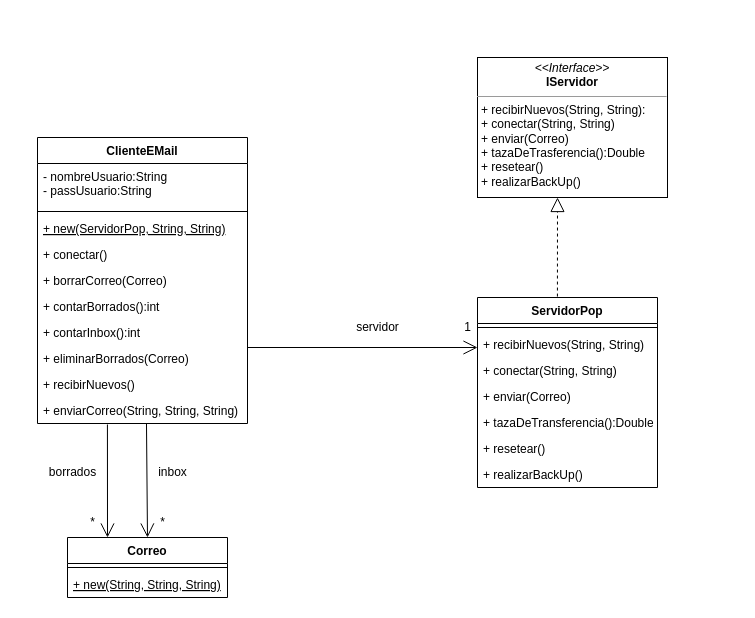
Earlier version of the draw.io diagram Unq-po2-tp6-clienteEMail.drawio (nhubczyk/Diagramas-UML). Source tidied: cells renumbered, new cells numbered last; positions are measured from the earlier drawing's top-left corner, leaving out a move shared by most shapes. Both pictures are drawn from the tidied source at 100%, with x=0, y=0 at pixel (37, 57).
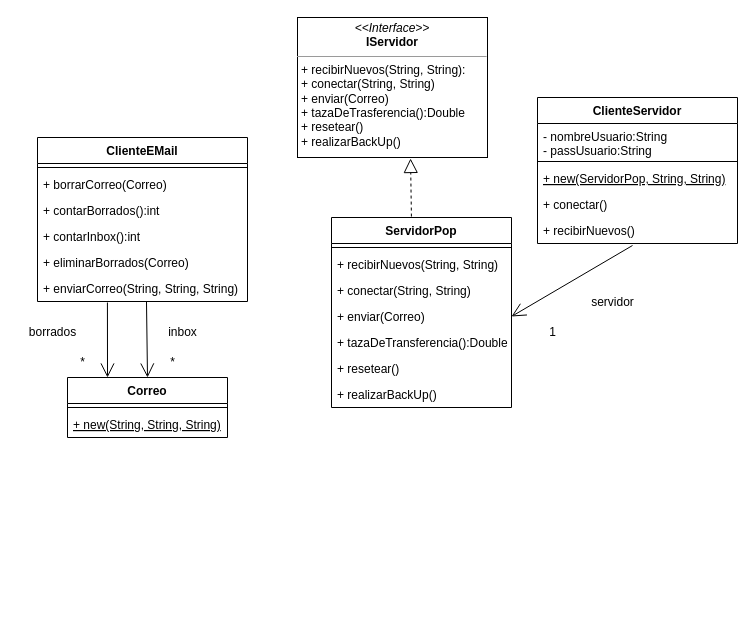
The same diagram, later.

Unchanged cells that the change refers to:
```xml
<mxCell id="18" value="+ enviar(Correo)&#10;" style="text;strokeColor=none;fillColor=none;align=left;verticalAlign=top;spacingLeft=4;spacingRight=4;overflow=hidden;points=[[0,0.5],[1,0.5]];portConstraint=eastwest;" parent="14" vertex="1">
  <mxGeometry y="86" width="180" height="26" as="geometry" />
</mxCell>
```

Diff of the diagram source:
```diff
@@
     <mxCell id="2" value="ClienteEMail" style="swimlane;fontStyle=1;align=center;verticalAlign=top;horizontal=1;startSize=26;" parent="1" vertex="1">
-      <mxGeometry y="80" width="210" height="286" as="geometry" />
+      <mxGeometry y="80" width="210" height="164" as="geometry" />
     </mxCell>
-    <mxCell id="3" value="- nombreUsuario:String&#10;- passUsuario:String&#10;" style="text;strokeColor=none;fillColor=none;align=left;verticalAlign=top;spacingLeft=4;spacingRight=4;overflow=hidden;" parent="2" vertex="1">
-      <mxGeometry y="26" width="210" height="44" as="geometry" />
-    </mxCell>
     <mxCell id="4" style="line;strokeWidth=1;fillColor=none;align=left;verticalAlign=middle;spacingTop=-1;spacingLeft=3;spacingRight=3;labelPosition=right;strokeColor=inherit;" parent="2" vertex="1">
-      <mxGeometry y="70" width="210" height="8" as="geometry" />
+      <mxGeometry y="26" width="210" height="8" as="geometry" />
     </mxCell>
-    <mxCell id="5" value="+ new(ServidorPop, String, String)" style="text;strokeColor=none;fillColor=none;align=left;verticalAlign=top;spacingLeft=4;spacingRight=4;overflow=hidden;fontStyle=4;" parent="2" vertex="1">
-      <mxGeometry y="78" width="210" height="26" as="geometry" />
-    </mxCell>
-    <mxCell id="6" value="+ conectar()" style="text;strokeColor=none;fillColor=none;align=left;verticalAlign=top;spacingLeft=4;spacingRight=4;overflow=hidden;fontStyle=0;" parent="2" vertex="1">
-      <mxGeometry y="104" width="210" height="26" as="geometry" />
-    </mxCell>
     <mxCell id="7" value="+ borrarCorreo(Correo)" style="text;strokeColor=none;fillColor=none;align=left;verticalAlign=top;spacingLeft=4;spacingRight=4;overflow=hidden;fontStyle=0;" parent="2" vertex="1">
-      <mxGeometry y="130" width="210" height="26" as="geometry" />
+      <mxGeometry y="34" width="210" height="26" as="geometry" />
     </mxCell>
     <mxCell id="8" value="+ contarBorrados():int" style="text;strokeColor=none;fillColor=none;align=left;verticalAlign=top;spacingLeft=4;spacingRight=4;overflow=hidden;fontStyle=0;" parent="2" vertex="1">
-      <mxGeometry y="156" width="210" height="26" as="geometry" />
+      <mxGeometry y="60" width="210" height="26" as="geometry" />
     </mxCell>
     <mxCell id="9" value="+ contarInbox():int" style="text;strokeColor=none;fillColor=none;align=left;verticalAlign=top;spacingLeft=4;spacingRight=4;overflow=hidden;fontStyle=0;" parent="2" vertex="1">
-      <mxGeometry y="182" width="210" height="26" as="geometry" />
+      <mxGeometry y="86" width="210" height="26" as="geometry" />
     </mxCell>
     <mxCell id="10" value="+ eliminarBorrados(Correo)" style="text;strokeColor=none;fillColor=none;align=left;verticalAlign=top;spacingLeft=4;spacingRight=4;overflow=hidden;fontStyle=0;" parent="2" vertex="1">
-      <mxGeometry y="208" width="210" height="26" as="geometry" />
+      <mxGeometry y="112" width="210" height="26" as="geometry" />
     </mxCell>
-    <mxCell id="11" value="+ recibirNuevos()" style="text;strokeColor=none;fillColor=none;align=left;verticalAlign=top;spacingLeft=4;spacingRight=4;overflow=hidden;points=[[0,0.5],[1,0.5]];portConstraint=eastwest;fontStyle=0;" parent="2" vertex="1">
-      <mxGeometry y="234" width="210" height="26" as="geometry" />
-    </mxCell>
     <mxCell id="12" value="+ enviarCorreo(String, String, String)" style="text;strokeColor=none;fillColor=none;align=left;verticalAlign=top;spacingLeft=4;spacingRight=4;overflow=hidden;points=[[0,0.5],[1,0.5]];portConstraint=eastwest;fontStyle=0;" parent="2" vertex="1">
-      <mxGeometry y="260" width="210" height="26" as="geometry" />
+      <mxGeometry y="138" width="210" height="26" as="geometry" />
     </mxCell>
     <mxCell id="13" value="&lt;p style=&quot;margin:0px;margin-top:4px;text-align:center;&quot;&gt;&lt;i&gt;&amp;lt;&amp;lt;Interface&amp;gt;&amp;gt;&lt;/i&gt;&lt;br&gt;&lt;b&gt;IServidor&lt;/b&gt;&lt;/p&gt;&lt;hr size=&quot;1&quot;&gt;&lt;p style=&quot;margin:0px;margin-left:4px;&quot;&gt;&lt;/p&gt;&lt;p style=&quot;margin:0px;margin-left:4px;&quot;&gt;+ recibirNuevos(String, String):&lt;/p&gt;&lt;p style=&quot;margin:0px;margin-left:4px;&quot;&gt;+ conectar(String, String)&lt;/p&gt;&lt;p style=&quot;margin:0px;margin-left:4px;&quot;&gt;+ enviar(Correo)&lt;/p&gt;&lt;p style=&quot;margin:0px;margin-left:4px;&quot;&gt;+ tazaDeTrasferencia():Double&lt;/p&gt;&lt;p style=&quot;margin:0px;margin-left:4px;&quot;&gt;+ resetear()&lt;/p&gt;&lt;p style=&quot;margin:0px;margin-left:4px;&quot;&gt;+ realizarBackUp()&lt;/p&gt;" style="verticalAlign=top;align=left;overflow=fill;fontSize=12;fontFamily=Helvetica;html=1;" parent="1" vertex="1">
-      <mxGeometry x="440" width="190" height="140" as="geometry" />
+      <mxGeometry x="260" y="-40" width="190" height="140" as="geometry" />
     </mxCell>
     <mxCell id="14" value="ServidorPop" style="swimlane;fontStyle=1;align=center;verticalAlign=top;horizontal=1;startSize=26;" parent="1" vertex="1">
-      <mxGeometry x="440" y="240" width="180" height="190" as="geometry" />
+      <mxGeometry x="294" y="160" width="180" height="190" as="geometry" />
     </mxCell>
@@
-    <mxCell id="22" style="endArrow=block;dashed=1;endFill=0;endSize=12;html=1;rounded=0;exitX=0.444;exitY=-0.005;exitDx=0;exitDy=0;exitPerimeter=0;" parent="1" edge="1" source="14">
-      <mxGeometry relative="1" as="geometry">
-        <mxPoint x="520" y="140" as="targetPoint" />
-      </mxGeometry>
+    <mxCell id="22" style="endArrow=block;dashed=1;endFill=0;endSize=12;html=1;rounded=0;exitX=0.444;exitY=-0.005;exitDx=0;exitDy=0;exitPerimeter=0;entryX=0.595;entryY=1.007;entryDx=0;entryDy=0;entryPerimeter=0;" parent="1" edge="1" source="14" target="13">
+      <mxGeometry relative="1" as="geometry" />
     </mxCell>
     <mxCell id="23" value="Correo" style="swimlane;fontStyle=1;align=center;verticalAlign=top;horizontal=1;startSize=26;" parent="1" vertex="1">
-      <mxGeometry x="30" y="480" width="160" height="60" as="geometry" />
+      <mxGeometry x="30" y="320" width="160" height="60" as="geometry" />
     </mxCell>
@@
     <mxCell id="27" value="inbox" style="text;html=1;align=center;verticalAlign=middle;strokeColor=none;fillColor=none;" parent="1" vertex="1">
-      <mxGeometry x="110" y="400" width="50" height="30" as="geometry" />
+      <mxGeometry x="120" y="260" width="50" height="30" as="geometry" />
     </mxCell>
     <mxCell id="28" value="*" style="text;html=1;align=center;verticalAlign=middle;strokeColor=none;fillColor=none;" parent="1" vertex="1">
-      <mxGeometry x="110" y="450" width="30" height="30" as="geometry" />
+      <mxGeometry x="120" y="290" width="30" height="30" as="geometry" />
     </mxCell>
@@
     <mxCell id="30" value="borrados&lt;br&gt;" style="text;html=1;align=center;verticalAlign=middle;strokeColor=none;fillColor=none;" parent="1" vertex="1">
-      <mxGeometry y="400" width="70" height="30" as="geometry" />
+      <mxGeometry x="-20" y="260" width="70" height="30" as="geometry" />
     </mxCell>
     <mxCell id="31" value="*" style="text;html=1;align=center;verticalAlign=middle;strokeColor=none;fillColor=none;" parent="1" vertex="1">
-      <mxGeometry x="40" y="450" width="30" height="30" as="geometry" />
+      <mxGeometry x="30" y="290" width="30" height="30" as="geometry" />
     </mxCell>
-    <mxCell id="32" style="endArrow=open;endFill=1;endSize=12;html=1;rounded=0;" parent="1" edge="1">
-      <mxGeometry relative="1" as="geometry">
-        <mxPoint x="210" y="290" as="sourcePoint" />
-        <mxPoint x="440" y="290" as="targetPoint" />
-      </mxGeometry>
-    </mxCell>
+    <mxCell id="35" value="ClienteServidor&#10;" style="swimlane;fontStyle=1;align=center;verticalAlign=top;horizontal=1;startSize=26;" parent="1" vertex="1">
+      <mxGeometry x="500" y="40" width="200" height="146" as="geometry" />
+    </mxCell>
+    <mxCell id="3" value="- nombreUsuario:String&#10;- passUsuario:String&#10;" style="text;strokeColor=none;fillColor=none;align=left;verticalAlign=top;spacingLeft=4;spacingRight=4;overflow=hidden;" parent="35" vertex="1">
+      <mxGeometry y="26" width="200" height="34" as="geometry" />
+    </mxCell>
+    <mxCell id="36" style="line;strokeWidth=1;fillColor=none;align=left;verticalAlign=middle;spacingTop=-1;spacingLeft=3;spacingRight=3;labelPosition=right;strokeColor=inherit;" parent="35" vertex="1">
+      <mxGeometry y="60" width="200" height="8" as="geometry" />
+    </mxCell>
+    <mxCell id="5" value="+ new(ServidorPop, String, String)" style="text;strokeColor=none;fillColor=none;align=left;verticalAlign=top;spacingLeft=4;spacingRight=4;overflow=hidden;fontStyle=4;" parent="35" vertex="1">
+      <mxGeometry y="68" width="200" height="26" as="geometry" />
+    </mxCell>
+    <mxCell id="6" value="+ conectar()" style="text;strokeColor=none;fillColor=none;align=left;verticalAlign=top;spacingLeft=4;spacingRight=4;overflow=hidden;fontStyle=0;" parent="35" vertex="1">
+      <mxGeometry y="94" width="200" height="26" as="geometry" />
+    </mxCell>
+    <mxCell id="11" value="+ recibirNuevos()" style="text;strokeColor=none;fillColor=none;align=left;verticalAlign=top;spacingLeft=4;spacingRight=4;overflow=hidden;points=[[0,0.5],[1,0.5]];portConstraint=eastwest;fontStyle=0;" parent="35" vertex="1">
+      <mxGeometry y="120" width="200" height="26" as="geometry" />
+    </mxCell>
     <mxCell id="33" value="servidor" style="text;html=1;align=center;verticalAlign=middle;strokeColor=none;fillColor=none;" parent="1" vertex="1">
-      <mxGeometry x="305" y="255" width="70" height="30" as="geometry" />
+      <mxGeometry x="540" y="230" width="70" height="30" as="geometry" />
     </mxCell>
     <mxCell id="34" value="1" style="text;html=1;align=center;verticalAlign=middle;strokeColor=none;fillColor=none;" parent="1" vertex="1">
-      <mxGeometry x="415" y="255" width="30" height="30" as="geometry" />
+      <mxGeometry x="500" y="260" width="30" height="30" as="geometry" />
     </mxCell>
+    <mxCell id="37" style="endArrow=open;endFill=1;endSize=12;html=1;rounded=0;exitX=0.475;exitY=1.077;exitDx=0;exitDy=0;exitPerimeter=0;entryX=1;entryY=0.5;entryDx=0;entryDy=0;" parent="1" edge="1" source="11" target="18">
+      <mxGeometry relative="1" as="geometry" />
+    </mxCell>
```
